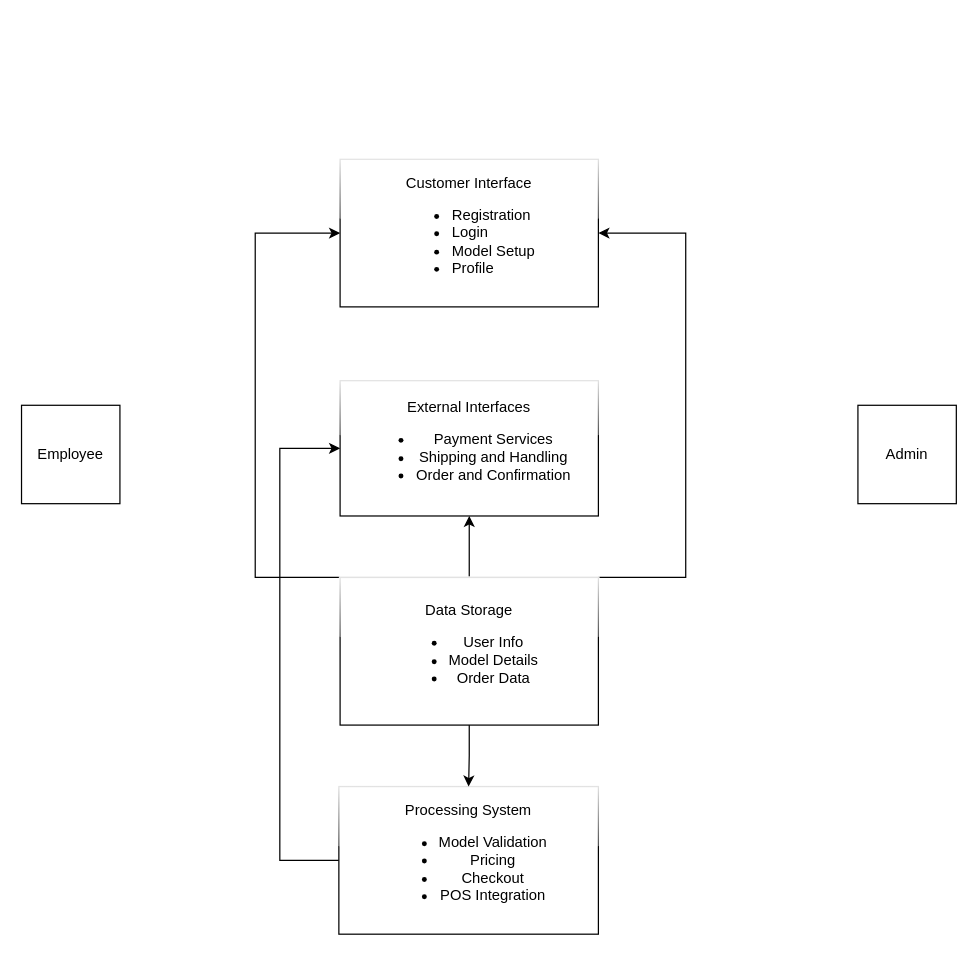
Earlier version of the draw.io diagram js/Untitled Diagram.drawio (ElhamDevelopmentStudio/elhamdev). Source tidied: cells renumbered, new cells numbered last; positions are measured from the earlier drawing's top-left corner, leaving out a move shared by most shapes. Both pictures are drawn from the tidied source at 123%, with x=0, y=0 at pixel (21, 159).
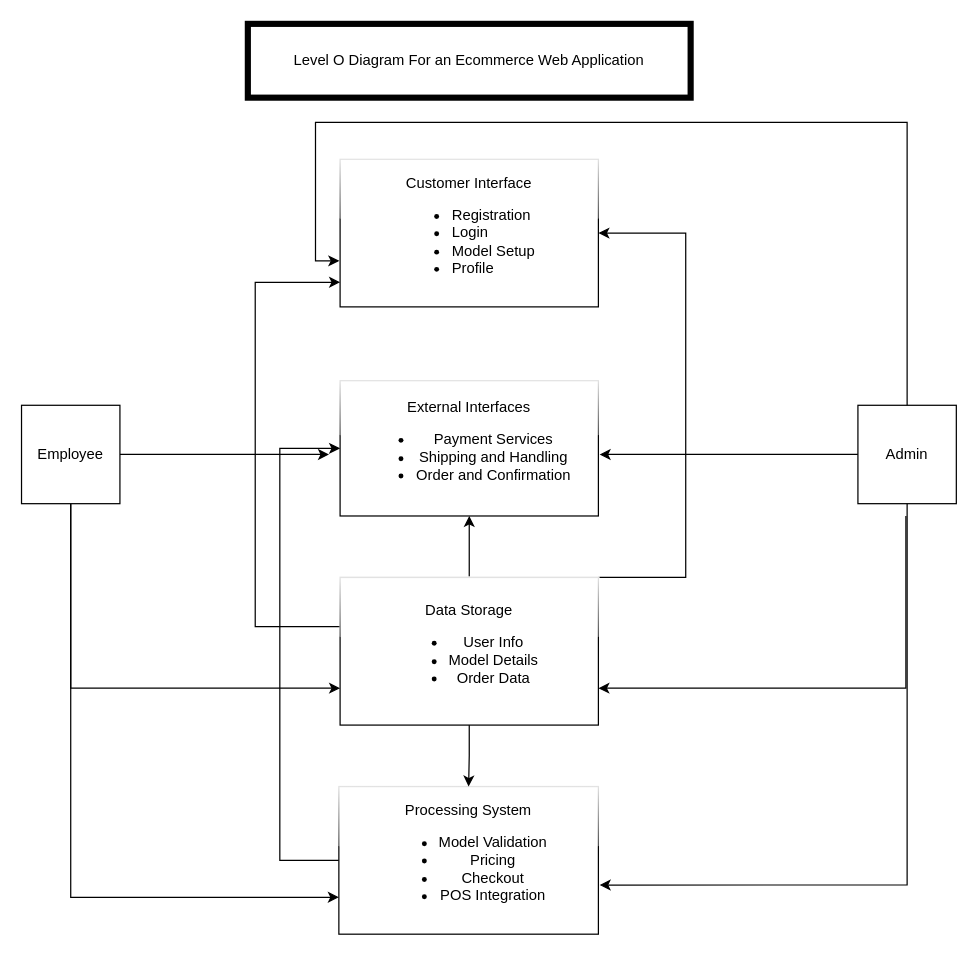
The same page after the edit.

Unchanged cells that the change refers to:
```xml
<mxCell id="3" value="Processing System&lt;br&gt;&lt;ul&gt;&lt;li&gt;Model Validation&lt;/li&gt;&lt;li&gt;Pricing&lt;/li&gt;&lt;li&gt;Checkout&lt;/li&gt;&lt;li&gt;POS Integration&lt;/li&gt;&lt;/ul&gt;" style="rounded=0;whiteSpace=wrap;html=1;fontSize=12;glass=1;strokeWidth=1;shadow=0;" parent="1" vertex="1">
  <mxGeometry x="258" y="510" width="211" height="120" as="geometry" />
</mxCell>
<mxCell id="4" value="Customer Interface&lt;br&gt;&lt;div style=&quot;text-align: left;&quot;&gt;&lt;ul&gt;&lt;li&gt;&lt;span style=&quot;background-color: initial;&quot;&gt;Registration&lt;/span&gt;&lt;/li&gt;&lt;li&gt;&lt;span style=&quot;background-color: initial;&quot;&gt;Login&lt;/span&gt;&lt;/li&gt;&lt;li&gt;&lt;span style=&quot;background-color: initial;&quot;&gt;Model Setup&lt;/span&gt;&lt;/li&gt;&lt;li&gt;&lt;span style=&quot;background-color: initial;&quot;&gt;Profile&lt;/span&gt;&lt;/li&gt;&lt;/ul&gt;&lt;/div&gt;" style="rounded=0;whiteSpace=wrap;html=1;fontSize=12;glass=1;strokeWidth=1;shadow=0;" parent="1" vertex="1">
  <mxGeometry x="259" width="210" height="120" as="geometry" />
</mxCell>
<mxCell id="10" value="Data Storage&lt;br&gt;&lt;ul&gt;&lt;li&gt;User Info&lt;/li&gt;&lt;li&gt;Model Details&lt;/li&gt;&lt;li&gt;Order Data&lt;/li&gt;&lt;/ul&gt;" style="rounded=0;whiteSpace=wrap;html=1;fontSize=12;glass=1;strokeWidth=1;shadow=0;" parent="1" vertex="1">
  <mxGeometry x="259" y="340" width="210" height="120" as="geometry" />
</mxCell>
<mxCell id="11" value="Employee" style="whiteSpace=wrap;html=1;" parent="1" vertex="1">
  <mxGeometry y="200" width="80" height="80" as="geometry" />
</mxCell>
<mxCell id="12" value="Admin" style="whiteSpace=wrap;html=1;" parent="1" vertex="1">
  <mxGeometry x="680" y="200" width="80" height="80" as="geometry" />
</mxCell>
```

Change to the diagram source:
```diff
@@
-    <mxCell id="7" style="edgeStyle=orthogonalEdgeStyle;rounded=0;jettySize=auto;html=1;entryX=0;entryY=0.5;entryDx=0;entryDy=0;" parent="1" edge="1" source="10" target="4">
+    <mxCell id="7" style="edgeStyle=orthogonalEdgeStyle;rounded=0;orthogonalLoop=1;jettySize=auto;html=1;entryX=0;entryY=0.5;entryDx=0;entryDy=0;" parent="1" edge="1">
       <mxGeometry relative="1" as="geometry">
+        <mxPoint x="259" y="380" as="sourcePoint" />
+        <mxPoint x="259" y="100" as="targetPoint" />
         <Array as="points">
-          <mxPoint x="190" y="340" />
-          <mxPoint x="190" y="60" />
+          <mxPoint x="190" y="380" />
+          <mxPoint x="190" y="100" />
         </Array>
       </mxGeometry>
     </mxCell>
@@
+    <mxCell id="13" style="edgeStyle=orthogonalEdgeStyle;rounded=0;jettySize=auto;html=1;entryX=0;entryY=0.75;entryDx=0;entryDy=0;" parent="1" edge="1" source="11" target="10">
+      <mxGeometry relative="1" as="geometry">
+        <Array as="points">
+          <mxPoint x="40" y="430" />
+        </Array>
+      </mxGeometry>
+    </mxCell>
+    <mxCell id="14" style="edgeStyle=orthogonalEdgeStyle;rounded=0;jettySize=auto;html=1;" parent="1" edge="1" source="11">
+      <mxGeometry relative="1" as="geometry">
+        <mxPoint x="250" y="240" as="targetPoint" />
+      </mxGeometry>
+    </mxCell>
+    <mxCell id="15" style="edgeStyle=orthogonalEdgeStyle;rounded=0;jettySize=auto;html=1;entryX=0;entryY=0.75;entryDx=0;entryDy=0;" parent="1" edge="1" source="11" target="3">
+      <mxGeometry relative="1" as="geometry">
+        <Array as="points">
+          <mxPoint x="40" y="600" />
+        </Array>
+      </mxGeometry>
+    </mxCell>
@@
+    <mxCell id="16" style="edgeStyle=orthogonalEdgeStyle;rounded=0;jettySize=auto;html=1;" parent="1" edge="1" source="12">
+      <mxGeometry relative="1" as="geometry">
+        <mxPoint x="470" y="240" as="targetPoint" />
+      </mxGeometry>
+    </mxCell>
@@
+    <mxCell id="17" style="edgeStyle=orthogonalEdgeStyle;rounded=0;jettySize=auto;html=1;" parent="1" edge="1" target="10">
+      <mxGeometry relative="1" as="geometry">
+        <mxPoint x="719" y="290" as="sourcePoint" />
+        <Array as="points">
+          <mxPoint x="719" y="430" />
+        </Array>
+      </mxGeometry>
+    </mxCell>
+    <mxCell id="18" style="edgeStyle=orthogonalEdgeStyle;rounded=0;jettySize=auto;html=1;entryX=-0.003;entryY=0.688;entryDx=0;entryDy=0;entryPerimeter=0;" parent="1" edge="1" source="12" target="4">
+      <mxGeometry relative="1" as="geometry">
+        <Array as="points">
+          <mxPoint x="720" y="-30" />
+          <mxPoint x="239" y="-30" />
+          <mxPoint x="239" y="83" />
+        </Array>
+      </mxGeometry>
+    </mxCell>
+    <mxCell id="19" style="edgeStyle=orthogonalEdgeStyle;rounded=0;jettySize=auto;html=1;entryX=1.005;entryY=0.667;entryDx=0;entryDy=0;entryPerimeter=0;" parent="1" edge="1" source="12" target="3">
+      <mxGeometry relative="1" as="geometry">
+        <Array as="points">
+          <mxPoint x="720" y="590" />
+        </Array>
+      </mxGeometry>
+    </mxCell>
+    <mxCell id="20" value="&lt;p style=&quot;line-height: 340%;&quot;&gt;Level O Diagram For an Ecommerce Web Application&lt;/p&gt;" style="rounded=0;whiteSpace=wrap;html=1;strokeWidth=5;" parent="1" vertex="1">
+      <mxGeometry x="184" y="-110.1" width="360" height="60" as="geometry" />
+    </mxCell>
```
